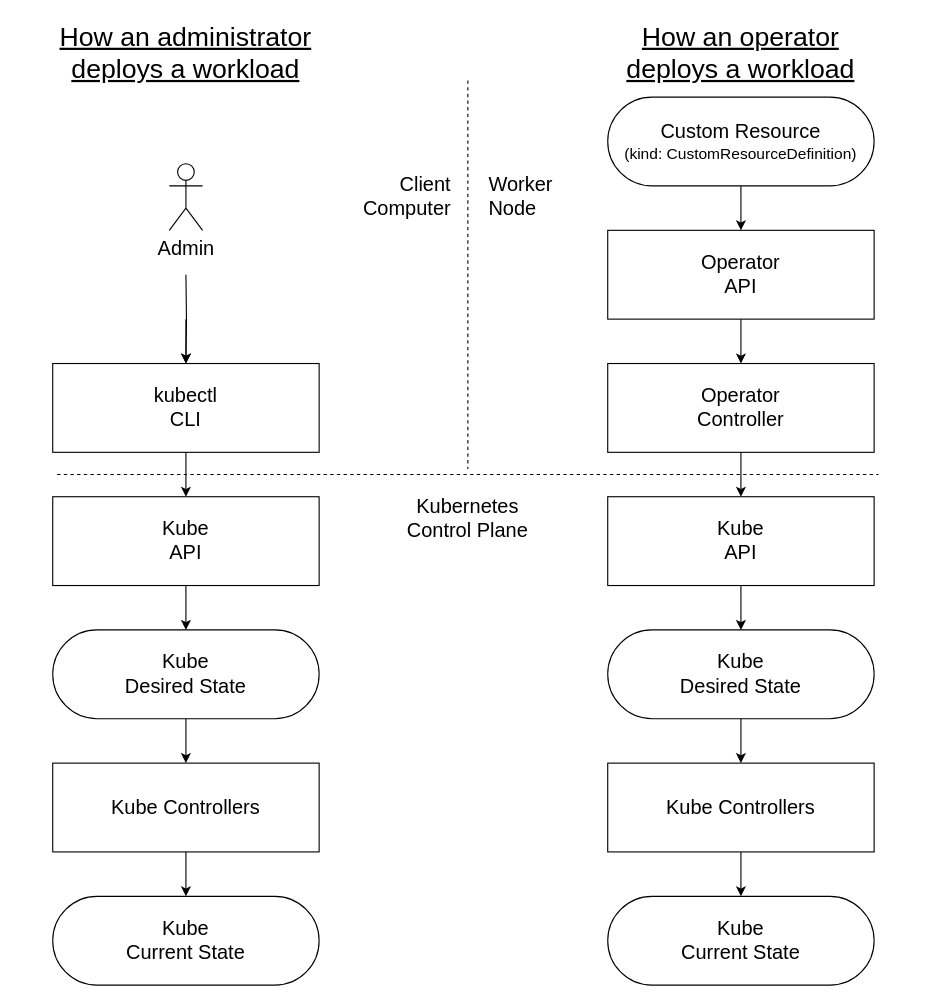
Above: images/operator-interactions.drawio in IBM/create-and-deploy-memcached-operator-using-go (draw.io), before the change. Source tidied: cells renumbered, new cells numbered last; positions are measured from the earlier drawing's top-left corner, leaving out a move shared by most shapes. Both pictures are drawn from the tidied source at 111%, with x=0, y=0 at pixel (19, 19).
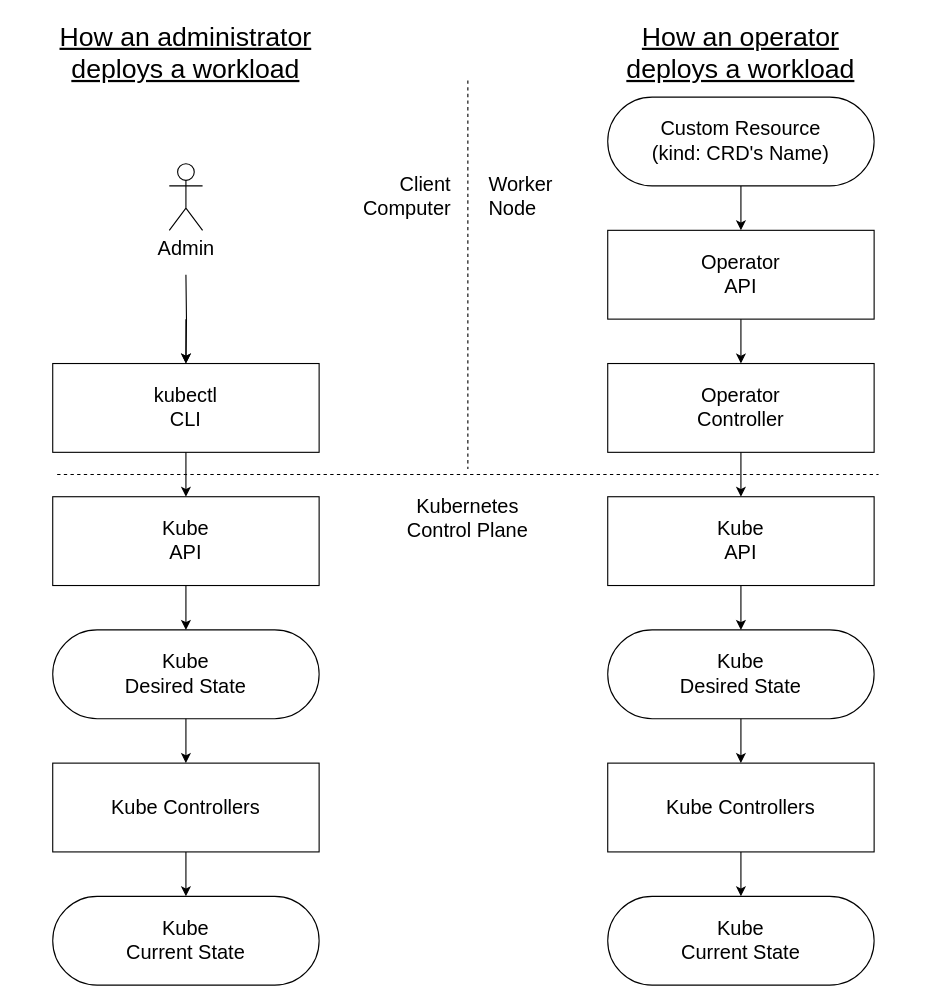
The same diagram, later.

Commit message (it also covers changes not shown here):
TT-ISV-org/planning#226: Improve diagrams

Diff of the diagram source:
```diff
@@
-    <mxCell id="24" value="&lt;font style=&quot;font-size: 18px&quot;&gt;Custom Resource&lt;br&gt;&lt;/font&gt;&lt;span style=&quot;font-size: 14px&quot;&gt;(kind: CustomResourceDefinition)&lt;/span&gt;" style="rounded=1;whiteSpace=wrap;html=1;arcSize=50;" parent="1" vertex="1">
+    <mxCell id="24" value="&lt;font style=&quot;font-size: 18px&quot;&gt;&lt;font&gt;Custom Resource&lt;br&gt;&lt;/font&gt;&lt;font&gt;(kind: CRD's Name)&lt;/font&gt;&lt;/font&gt;" style="rounded=1;whiteSpace=wrap;html=1;arcSize=50;" parent="1" vertex="1">
       <mxGeometry x="530" y="70" width="240" height="80" as="geometry" />
     </mxCell>
```
